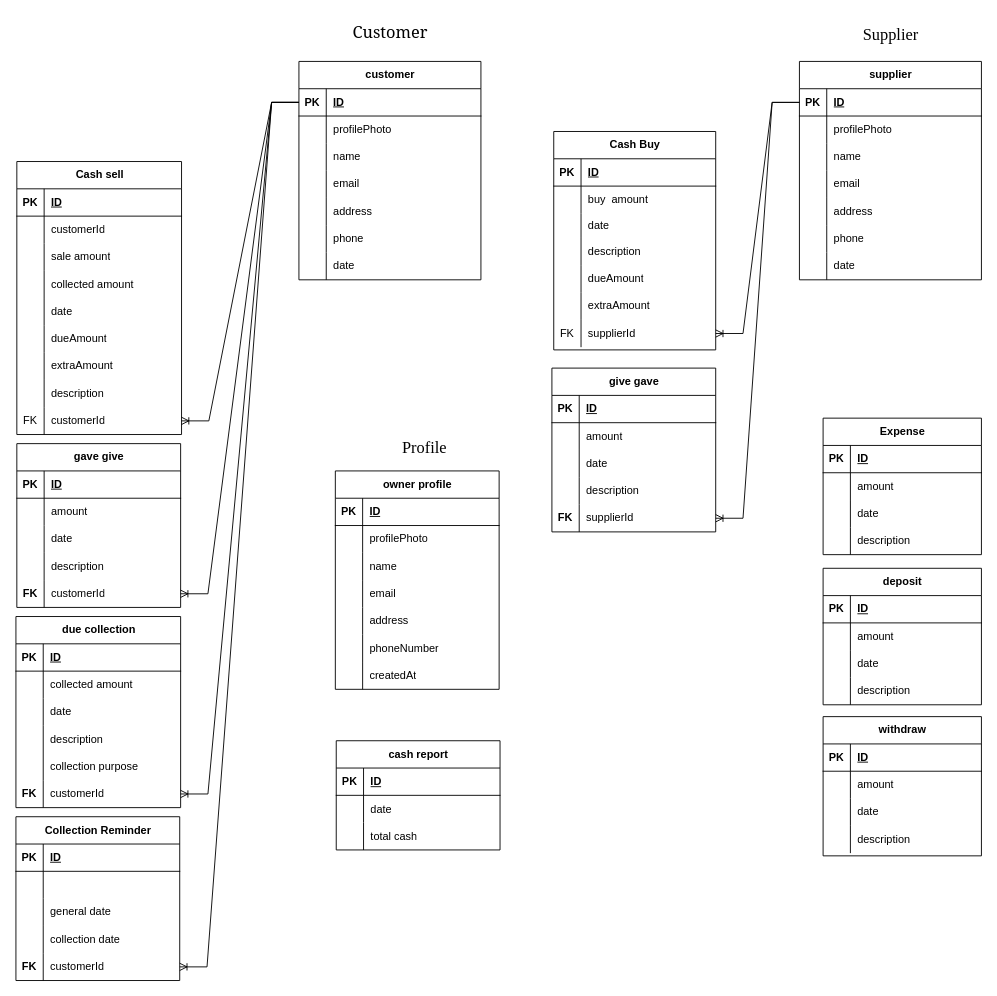
devsrakib/esBook keeps this draw.io diagram as databases/diagram.drawio. Above is the earlier version. Source tidied: cells renumbered, new cells numbered last; positions are measured from the earlier drawing's top-left corner, leaving out a move shared by most shapes. Both pictures are drawn from the tidied source at 91%, with x=0, y=0 at pixel (15, 15).
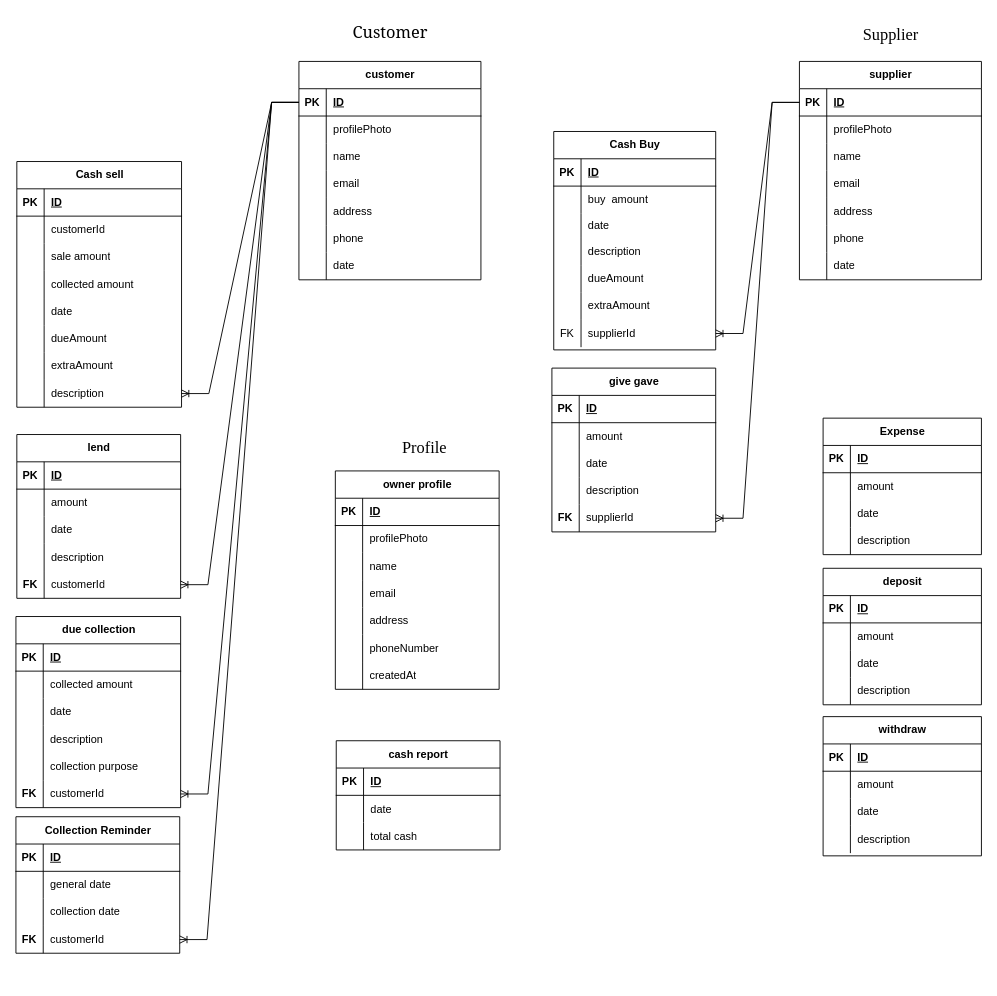
The same page after the edit.

The change refers to these unchanged cells:
```xml
<mxCell id="3" style="shape=tableRow;horizontal=0;startSize=0;swimlaneHead=0;swimlaneBody=0;fillColor=none;points=[[0,0.5],[1,0.5]];portConstraint=eastwest;top=0;left=0;right=0;bottom=1;" parent="2" vertex="1">
  <mxGeometry y="30" width="200" height="30" as="geometry" />
</mxCell>
<mxCell id="46" style="shape=tableRow;horizontal=0;startSize=0;swimlaneHead=0;swimlaneBody=0;fillColor=none;points=[[0,0.5],[1,0.5]];portConstraint=eastwest;top=0;left=0;right=0;bottom=0;" parent="24" vertex="1">
  <mxGeometry y="240" width="181" height="30" as="geometry" />
</mxCell>
```

Change to the diagram source:
```diff
@@
     <mxCell id="24" value="Cash sell" style="shape=table;startSize=30;childLayout=tableLayout;rowLines=0;fontStyle=1;align=center;html=1;" parent="1" vertex="1">
-      <mxGeometry x="1" y="160" width="181" height="300" as="geometry" />
+      <mxGeometry x="1" y="160" width="181" height="270" as="geometry" />
     </mxCell>
@@
-    <mxCell id="49" style="shape=tableRow;horizontal=0;startSize=0;swimlaneHead=0;swimlaneBody=0;fillColor=none;points=[[0,0.5],[1,0.5]];portConstraint=eastwest;top=0;left=0;right=0;bottom=0;" parent="24" vertex="1">
-      <mxGeometry y="270" width="181" height="30" as="geometry" />
-    </mxCell>
-    <mxCell id="50" value="FK" style="shape=partialRectangle;fillColor=none;top=0;left=0;bottom=0;right=0;overflow=hidden;whiteSpace=wrap;html=1;" parent="49" vertex="1">
-      <mxGeometry width="30" height="30" as="geometry" />
-    </mxCell>
-    <mxCell id="51" value="customerId" style="shape=partialRectangle;fillColor=none;top=0;left=0;bottom=0;right=0;align=left;spacingLeft=6;overflow=hidden;whiteSpace=wrap;html=1;" parent="49" vertex="1">
-      <mxGeometry x="30" width="151" height="30" as="geometry" />
-    </mxCell>
@@
-    <mxCell id="114" value="gave give" style="shape=table;startSize=30;childLayout=tableLayout;rowLines=0;fontStyle=1;align=center;html=1;" parent="1" vertex="1">
-      <mxGeometry x="1" y="470" width="180" height="180" as="geometry" />
+    <mxCell id="114" value="lend" style="shape=table;startSize=30;childLayout=tableLayout;rowLines=0;fontStyle=1;align=center;html=1;" parent="1" vertex="1">
+      <mxGeometry x="1" y="460" width="180" height="180" as="geometry" />
     </mxCell>
@@
     <mxCell id="165" value="Collection Reminder" style="shape=table;startSize=30;childLayout=tableLayout;rowLines=0;fontStyle=1;align=center;html=1;" parent="1" vertex="1">
-      <mxGeometry y="880" width="180" height="180" as="geometry" />
+      <mxGeometry y="880" width="180" height="150" as="geometry" />
     </mxCell>
@@
-    <mxCell id="169" style="shape=tableRow;horizontal=0;startSize=0;swimlaneHead=0;swimlaneBody=0;fillColor=none;top=0;left=0;right=0;bottom=0;" parent="165" vertex="1">
-      <mxGeometry y="60" width="180" height="30" as="geometry" />
-    </mxCell>
-    <mxCell id="170" style="shape=partialRectangle;fillColor=none;top=0;left=0;bottom=0;right=0;overflow=hidden;whiteSpace=wrap;html=1;" parent="169" vertex="1">
-      <mxGeometry width="30" height="30" as="geometry" />
-    </mxCell>
-    <mxCell id="171" value="&amp;nbsp; &amp;nbsp;&amp;nbsp;" style="shape=partialRectangle;fillColor=none;top=0;left=0;bottom=0;right=0;align=left;spacingLeft=6;overflow=hidden;whiteSpace=wrap;html=1;" parent="169" vertex="1">
-      <mxGeometry x="30" width="150" height="30" as="geometry" />
-    </mxCell>
     <mxCell id="172" style="shape=tableRow;horizontal=0;startSize=0;swimlaneHead=0;swimlaneBody=0;fillColor=none;top=0;left=0;right=0;bottom=0;" parent="165" vertex="1">
-      <mxGeometry y="90" width="180" height="30" as="geometry" />
+      <mxGeometry y="60" width="180" height="30" as="geometry" />
     </mxCell>
@@
     <mxCell id="175" style="shape=tableRow;horizontal=0;startSize=0;swimlaneHead=0;swimlaneBody=0;fillColor=none;top=0;left=0;right=0;bottom=0;" parent="165" vertex="1">
-      <mxGeometry y="120" width="180" height="30" as="geometry" />
+      <mxGeometry y="90" width="180" height="30" as="geometry" />
     </mxCell>
@@
     <mxCell id="178" style="shape=tableRow;horizontal=0;startSize=0;swimlaneHead=0;swimlaneBody=0;fillColor=none;points=[[0,0.5],[1,0.5]];portConstraint=eastwest;top=0;left=0;right=0;bottom=0;" parent="165" vertex="1">
-      <mxGeometry y="150" width="180" height="30" as="geometry" />
+      <mxGeometry y="120" width="180" height="30" as="geometry" />
     </mxCell>
@@
-    <mxCell id="205" style="edgeStyle=entityRelationEdgeStyle;fontSize=12;html=1;endArrow=ERoneToMany;rounded=0;entryX=1;entryY=0.5;entryDx=0;entryDy=0;exitX=0;exitY=0.5;exitDx=0;exitDy=0;" parent="1" edge="1" source="3" target="49">
+    <mxCell id="205" style="edgeStyle=entityRelationEdgeStyle;fontSize=12;html=1;endArrow=ERoneToMany;rounded=0;entryX=1;entryY=0.5;entryDx=0;entryDy=0;exitX=0;exitY=0.5;exitDx=0;exitDy=0;" parent="1" edge="1" source="3" target="46">
       <mxGeometry relative="1" as="geometry" />
     </mxCell>
```
